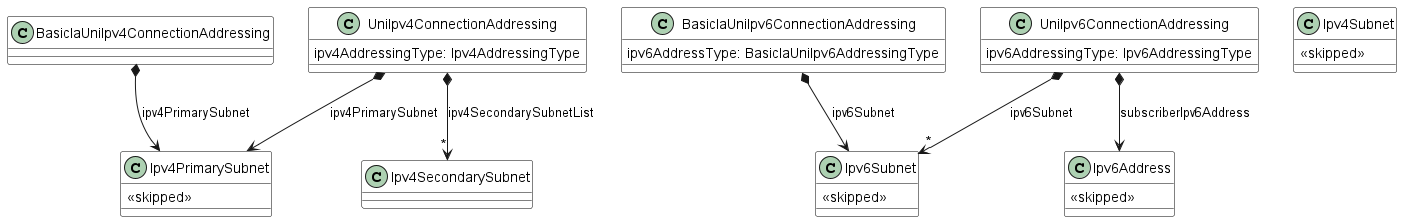
Before: documentation/productSchema/ip/internetAccess/MEF 139 resources/media/ConnectionAddressing.png, a diagram exported from PlantUML (MEF-GIT/MEF-LSO-Sonata-SDK). The source it was exported from:
```plantuml
@startuml

skinparam {
    ClassBackgroundColor White
    ClassBorderColor Black
}


class BasicIaUniIpv4ConnectionAddressing {

}

BasicIaUniIpv4ConnectionAddressing *--> Ipv4PrimarySubnet : ipv4PrimarySubnet



class UniIpv4ConnectionAddressing {

    ipv4AddressingType: Ipv4AddressingType
}

UniIpv4ConnectionAddressing *--> Ipv4PrimarySubnet : ipv4PrimarySubnet
UniIpv4ConnectionAddressing *-->"*" Ipv4SecondarySubnet : ipv4SecondarySubnetList


class BasicIaUniIpv6ConnectionAddressing {

    ipv6AddressType: BasicIaUniIpv6AddressingType
}

BasicIaUniIpv6ConnectionAddressing *--> Ipv6Subnet : ipv6Subnet


class UniIpv6ConnectionAddressing {

    ipv6AddressingType: Ipv6AddressingType
}

UniIpv6ConnectionAddressing *--> Ipv6Address : subscriberIpv6Address
UniIpv6ConnectionAddressing *-->"*" Ipv6Subnet : ipv6Subnet


class Ipv4Subnet {
  <<skipped>>
}
class Ipv4PrimarySubnet {
  <<skipped>>
}
class Ipv6Subnet {
  <<skipped>>
}
class Ipv6Address {
  <<skipped>>
}
@enduml
```
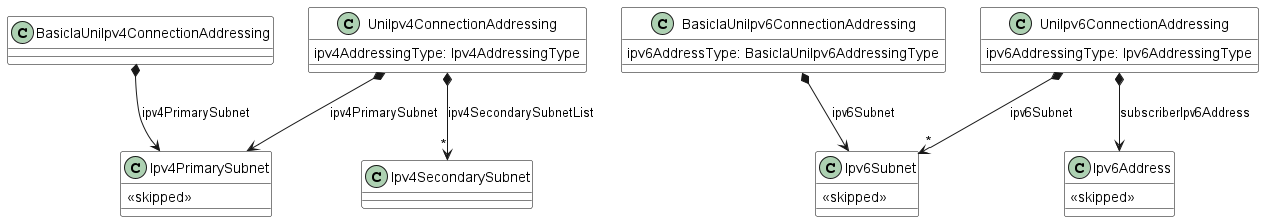
After the commit.

Diff of the diagram source:
```diff
@@ -39,10 +39,6 @@
 UniIpv6ConnectionAddressing *--> Ipv6Address : subscriberIpv6Address
 UniIpv6ConnectionAddressing *-->"*" Ipv6Subnet : ipv6Subnet
 
-
-class Ipv4Subnet {
-  <<skipped>>
-}
 class Ipv4PrimarySubnet {
   <<skipped>>
 }
```
